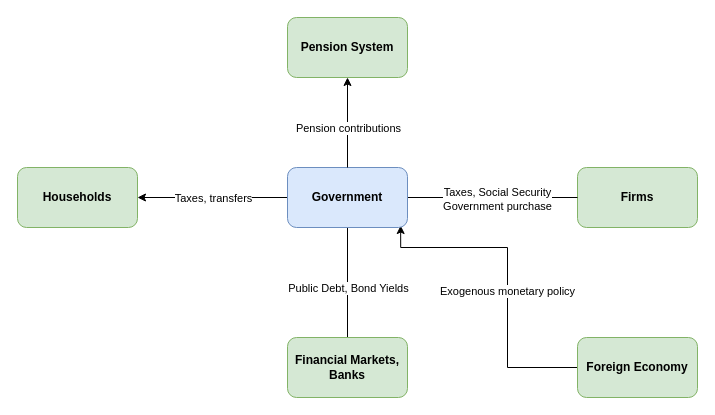
zuzancek/schemes keeps this draw.io diagram as crash/government.drawio. Above is the earlier version. Source tidied: cells renumbered, new cells numbered last; positions are measured from the earlier drawing's top-left corner, leaving out a move shared by most shapes. Both pictures are drawn from the tidied source at 100%, with x=0, y=0 at pixel (17, 17).
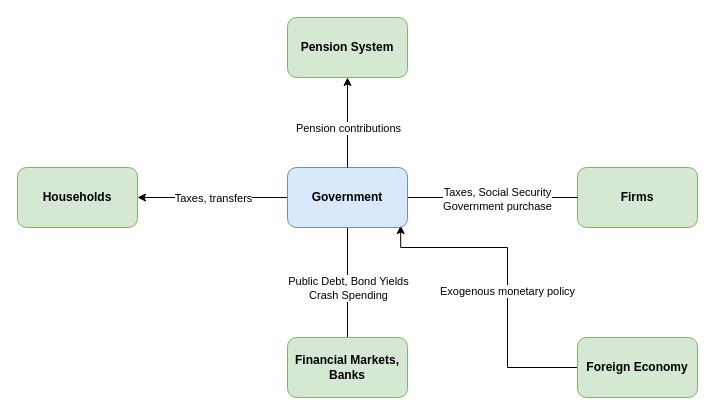
The same diagram, later.

Unchanged cells that the change refers to:
```xml
<mxCell id="12" style="edgeStyle=orthogonalEdgeStyle;rounded=0;jettySize=auto;html=1;endArrow=none;endFill=0;" parent="1" edge="1" source="14" target="15">
  <mxGeometry relative="1" as="geometry" />
</mxCell>
```

Diff of the diagram source:
```diff
@@
-    <mxCell id="13" value="Public Debt, Bond Yields" style="edgeLabel;html=1;align=center;verticalAlign=middle;" parent="12" vertex="1">
+    <mxCell id="13" value="Public Debt, Bond Yields&lt;br&gt;Crash Spending" style="edgeLabel;html=1;align=center;verticalAlign=middle;" parent="12" vertex="1">
       <mxGeometry x="-0.35" y="1" relative="1" as="geometry">
         <mxPoint x="-1" y="24" as="offset" />
       </mxGeometry>
     </mxCell>
```
